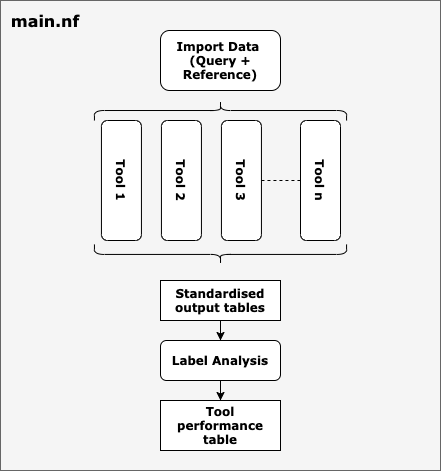
The draw.io diagram control_pipeline.png in ebi-gene-expression-group/cell-types-control-workflow, before a commit. Source tidied: cells renumbered, new cells last; positions are measured from the earlier drawing's top-left corner, leaving out a move shared by most shapes.
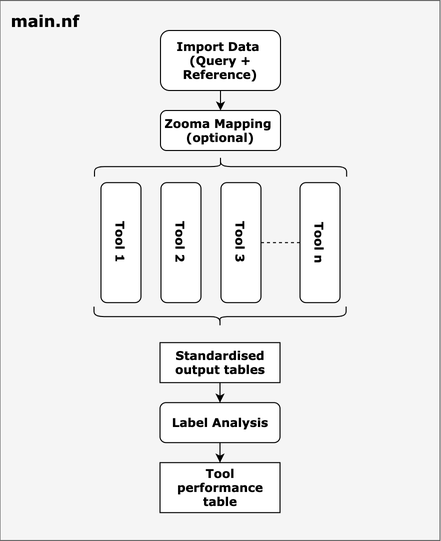
The same diagram one commit later.

Change to the diagram source:
```diff
@@ -3,28 +3,28 @@
     <mxCell id="0" />
     <mxCell id="1" parent="0" />
     <mxCell id="2" style="rounded=0;whiteSpace=wrap;html=1;fillColor=#f5f5f5;strokeColor=#666666;fontColor=#333333;" parent="1" vertex="1">
-      <mxGeometry y="16" width="440" height="470" as="geometry" />
+      <mxGeometry x="-0.5" y="16" width="440" height="540" as="geometry" />
     </mxCell>
     <mxCell id="3" value="&lt;font face=&quot;Verdana&quot;&gt;&lt;b&gt;Import Data&amp;nbsp;&lt;br&gt;(Query + Reference)&lt;/b&gt;&lt;/font&gt;" style="rounded=1;whiteSpace=wrap;html=1;" parent="1" vertex="1">
       <mxGeometry x="160" y="46" width="120" height="60" as="geometry" />
     </mxCell>
     <mxCell id="4" value="&lt;font face=&quot;Verdana&quot;&gt;&lt;b&gt;Tool 1&lt;/b&gt;&lt;/font&gt;" style="rounded=1;whiteSpace=wrap;html=1;rotation=90;align=center;" parent="1" vertex="1">
-      <mxGeometry x="60.9" y="176" width="120" height="40" as="geometry" />
+      <mxGeometry x="60.5" y="238.1" width="120" height="40" as="geometry" />
     </mxCell>
     <mxCell id="5" value="&lt;font face=&quot;Verdana&quot;&gt;&lt;b&gt;Tool 2&lt;/b&gt;&lt;/font&gt;" style="rounded=1;whiteSpace=wrap;html=1;rotation=90;" parent="1" vertex="1">
-      <mxGeometry x="120.9" y="176" width="120" height="40" as="geometry" />
+      <mxGeometry x="120.5" y="238.1" width="120" height="40" as="geometry" />
     </mxCell>
     <mxCell id="6" value="&lt;font face=&quot;Verdana&quot;&gt;&lt;b&gt;Tool 3&lt;/b&gt;&lt;/font&gt;" style="rounded=1;whiteSpace=wrap;html=1;rotation=90;" parent="1" vertex="1">
-      <mxGeometry x="180.9" y="176" width="120" height="40" as="geometry" />
+      <mxGeometry x="180.5" y="238.1" width="120" height="40" as="geometry" />
     </mxCell>
     <mxCell id="7" value="&lt;font face=&quot;Verdana&quot;&gt;&lt;b&gt;Tool n&lt;/b&gt;&lt;/font&gt;" style="rounded=1;whiteSpace=wrap;html=1;rotation=90;" parent="1" vertex="1">
-      <mxGeometry x="260" y="176" width="120" height="40" as="geometry" />
+      <mxGeometry x="259.5" y="238.1" width="120" height="40" as="geometry" />
     </mxCell>
     <mxCell id="8" style="edgeStyle=orthogonalEdgeStyle;rounded=0;jettySize=auto;html=1;exitX=0.5;exitY=1;exitDx=0;exitDy=0;" parent="1" edge="1" source="13" target="12">
       <mxGeometry relative="1" as="geometry" />
     </mxCell>
     <mxCell id="9" style="shape=curlyBracket;whiteSpace=wrap;html=1;rounded=1;rotation=90;" parent="1" vertex="1">
-      <mxGeometry x="210" y="-0.1" width="20" height="252.1" as="geometry" />
+      <mxGeometry x="210" y="56" width="20" height="252.1" as="geometry" />
     </mxCell>
     <mxCell id="10" style="endArrow=none;dashed=1;html=1;exitX=0.5;exitY=0;exitDx=0;exitDy=0;entryX=0.5;entryY=1;entryDx=0;entryDy=0;" parent="1" edge="1" source="6" target="7">
       <mxGeometry relative="1" as="geometry" />
@@ -33,19 +33,25 @@
       <mxGeometry relative="1" as="geometry" />
     </mxCell>
     <mxCell id="12" value="&lt;font face=&quot;Verdana&quot;&gt;&lt;b&gt;Label Analysis&lt;/b&gt;&lt;/font&gt;" style="rounded=1;whiteSpace=wrap;html=1;" parent="1" vertex="1">
-      <mxGeometry x="160" y="356" width="120" height="40" as="geometry" />
+      <mxGeometry x="159.5" y="418.1" width="120" height="40" as="geometry" />
     </mxCell>
     <mxCell id="13" value="&lt;font face=&quot;Verdana&quot;&gt;&lt;b&gt;Standardised output tables&lt;/b&gt;&lt;/font&gt;" style="rounded=0;whiteSpace=wrap;html=1;" parent="1" vertex="1">
-      <mxGeometry x="160" y="296" width="120" height="40" as="geometry" />
+      <mxGeometry x="159.5" y="358.1" width="120" height="40" as="geometry" />
     </mxCell>
     <mxCell id="14" value="&lt;font face=&quot;Verdana&quot;&gt;&lt;b&gt;Tool performance table&lt;/b&gt;&lt;/font&gt;" style="rounded=0;whiteSpace=wrap;html=1;" parent="1" vertex="1">
-      <mxGeometry x="160" y="416" width="120" height="50" as="geometry" />
+      <mxGeometry x="159.5" y="478.1" width="120" height="50" as="geometry" />
     </mxCell>
     <mxCell id="15" value="&lt;font face=&quot;Verdana&quot; size=&quot;1&quot;&gt;&lt;b style=&quot;font-size: 16px&quot;&gt;main.nf&lt;/b&gt;&lt;/font&gt;" style="text;html=1;strokeColor=none;fillColor=none;align=center;verticalAlign=middle;whiteSpace=wrap;rounded=0;" parent="1" vertex="1">
       <mxGeometry y="16" width="90" height="40" as="geometry" />
     </mxCell>
     <mxCell id="16" style="shape=curlyBracket;whiteSpace=wrap;html=1;rounded=1;rotation=-90;" parent="1" vertex="1">
-      <mxGeometry x="210" y="143.9" width="20" height="252.1" as="geometry" />
+      <mxGeometry x="209.5" y="206" width="20" height="252.1" as="geometry" />
     </mxCell>
+    <mxCell id="17" value="&lt;font face=&quot;Verdana&quot;&gt;&lt;b&gt;Zooma Mapping&amp;nbsp;&lt;br&gt;(optional)&lt;/b&gt;&lt;/font&gt;" style="rounded=1;whiteSpace=wrap;html=1;" parent="1" vertex="1">
+      <mxGeometry x="160" y="126" width="120" height="40" as="geometry" />
+    </mxCell>
+    <mxCell id="18" style="endArrow=classic;html=1;exitX=0.5;exitY=1;exitDx=0;exitDy=0;entryX=0.5;entryY=0;entryDx=0;entryDy=0;" parent="1" edge="1" source="3" target="17">
+      <mxGeometry relative="1" as="geometry" />
+    </mxCell>
   </root>
 </mxGraphModel>
```
